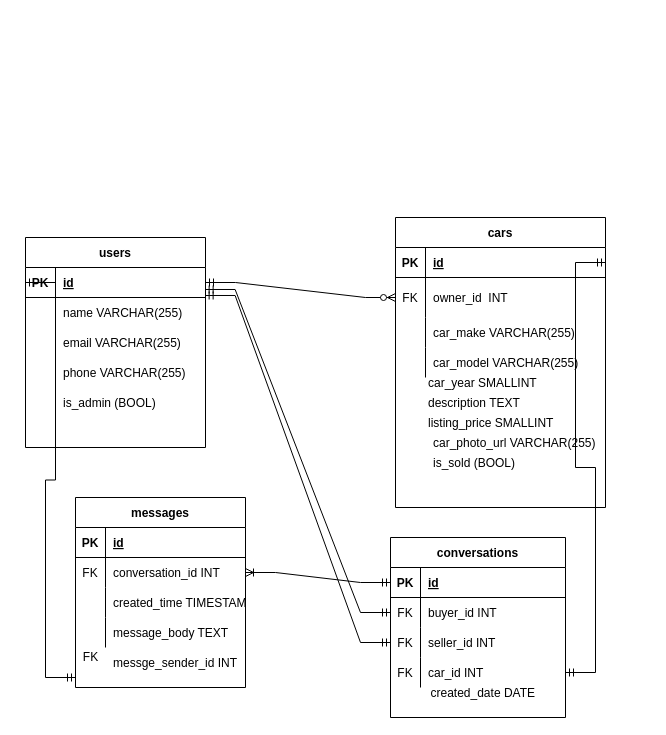
This is planning/ERD.drawio from snoopy55619819/Carjiji, a draw.io file, before an edit. Source tidied: cells renumbered, new cells numbered last; positions are measured from the earlier drawing's top-left corner, leaving out a move shared by most shapes. Both pictures are drawn from the tidied source at 100%, with x=0, y=0 at pixel (25, 217).
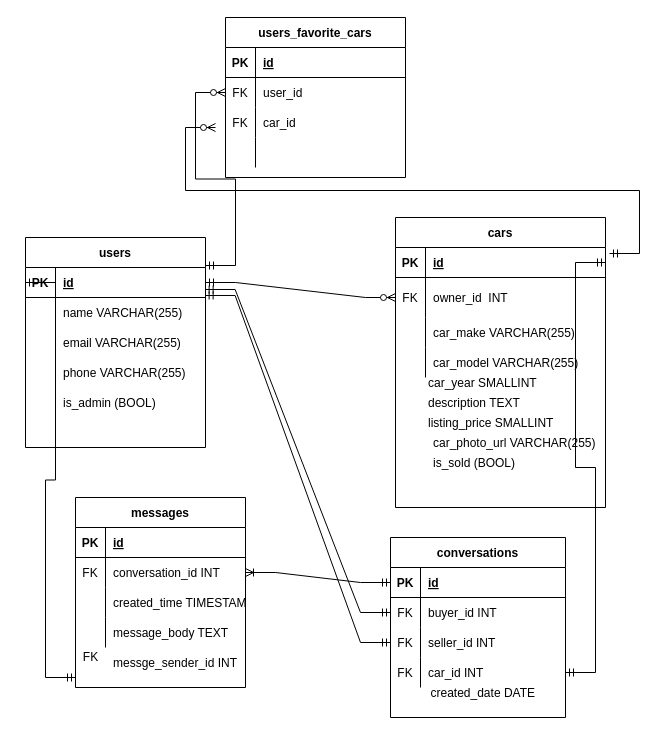
After the change.

Commit message (it also covers changes not shown here):
add favorite table and seeds for cars and users'

Unchanged cells that the change refers to:
```xml
<mxCell id="16" style="shape=partialRectangle;fillColor=none;top=0;left=0;bottom=1;right=0;points=[[0,0.5],[1,0.5]];portConstraint=eastwest;" parent="15" vertex="1">
  <mxGeometry y="30" width="210" height="30" as="geometry" />
</mxCell>
```

The edit, as a diff of the source:
```diff
@@
+    <mxCell id="70" value="users_favorite_cars" style="shape=table;startSize=30;childLayout=tableLayout;rowLines=0;fontStyle=1;align=center;" parent="1" vertex="1">
+      <mxGeometry x="200" y="-200" width="180" height="160" as="geometry" />
+    </mxCell>
+    <mxCell id="71" style="shape=tableRow;horizontal=0;startSize=0;swimlaneHead=0;swimlaneBody=0;fillColor=none;top=0;left=0;right=0;bottom=1;" parent="70" vertex="1">
+      <mxGeometry y="30" width="180" height="30" as="geometry" />
+    </mxCell>
+    <mxCell id="72" value="PK" style="shape=partialRectangle;fillColor=none;top=0;left=0;bottom=0;right=0;fontStyle=1;overflow=hidden;" parent="71" vertex="1">
+      <mxGeometry width="30" height="30" as="geometry" />
+    </mxCell>
+    <mxCell id="73" value="id" style="shape=partialRectangle;fillColor=none;top=0;left=0;bottom=0;right=0;align=left;spacingLeft=6;fontStyle=5;overflow=hidden;" parent="71" vertex="1">
+      <mxGeometry x="30" width="150" height="30" as="geometry" />
+    </mxCell>
+    <mxCell id="74" style="shape=tableRow;horizontal=0;startSize=0;swimlaneHead=0;swimlaneBody=0;fillColor=none;points=[[0,0.5],[1,0.5]];portConstraint=eastwest;top=0;left=0;right=0;bottom=0;" parent="70" vertex="1">
+      <mxGeometry y="60" width="180" height="30" as="geometry" />
+    </mxCell>
+    <mxCell id="75" value="FK" style="shape=partialRectangle;fillColor=none;top=0;left=0;bottom=0;right=0;overflow=hidden;" parent="74" vertex="1">
+      <mxGeometry width="30" height="30" as="geometry" />
+    </mxCell>
+    <mxCell id="76" value="user_id" style="shape=partialRectangle;fillColor=none;top=0;left=0;bottom=0;right=0;align=left;spacingLeft=6;overflow=hidden;" parent="74" vertex="1">
+      <mxGeometry x="30" width="150" height="30" as="geometry" />
+    </mxCell>
+    <mxCell id="77" style="shape=tableRow;horizontal=0;startSize=0;swimlaneHead=0;swimlaneBody=0;fillColor=none;top=0;left=0;right=0;bottom=0;" parent="70" vertex="1">
+      <mxGeometry y="90" width="180" height="30" as="geometry" />
+    </mxCell>
+    <mxCell id="78" value="FK" style="shape=partialRectangle;fillColor=none;top=0;left=0;bottom=0;right=0;overflow=hidden;" parent="77" vertex="1">
+      <mxGeometry width="30" height="30" as="geometry" />
+    </mxCell>
+    <mxCell id="79" value="car_id" style="shape=partialRectangle;fillColor=none;top=0;left=0;bottom=0;right=0;align=left;spacingLeft=6;overflow=hidden;" parent="77" vertex="1">
+      <mxGeometry x="30" width="150" height="30" as="geometry" />
+    </mxCell>
+    <mxCell id="80" style="shape=tableRow;horizontal=0;startSize=0;swimlaneHead=0;swimlaneBody=0;fillColor=none;top=0;left=0;right=0;bottom=0;" parent="70" vertex="1">
+      <mxGeometry y="120" width="180" height="30" as="geometry" />
+    </mxCell>
+    <mxCell id="81" style="shape=partialRectangle;fillColor=none;top=0;left=0;bottom=0;right=0;overflow=hidden;" parent="80" vertex="1">
+      <mxGeometry width="30" height="30" as="geometry" />
+    </mxCell>
+    <mxCell id="82" style="shape=partialRectangle;fillColor=none;top=0;left=0;bottom=0;right=0;align=left;spacingLeft=6;overflow=hidden;" parent="80" vertex="1">
+      <mxGeometry x="30" width="150" height="30" as="geometry" />
+    </mxCell>
+    <mxCell id="83" style="edgeStyle=entityRelationEdgeStyle;fontSize=12;html=1;endArrow=ERzeroToMany;startArrow=ERmandOne;rounded=0;" parent="1" edge="1" target="74">
+      <mxGeometry relative="1" as="geometry">
+        <mxPoint x="180" y="48" as="sourcePoint" />
+      </mxGeometry>
+    </mxCell>
+    <mxCell id="84" style="edgeStyle=entityRelationEdgeStyle;fontSize=12;html=1;endArrow=ERzeroToMany;startArrow=ERmandOne;rounded=0;exitX=1.019;exitY=0.2;exitDx=0;exitDy=0;exitPerimeter=0;" parent="1" edge="1" source="16">
+      <mxGeometry relative="1" as="geometry">
+        <mxPoint x="190" y="-90" as="targetPoint" />
+      </mxGeometry>
+    </mxCell>
```
